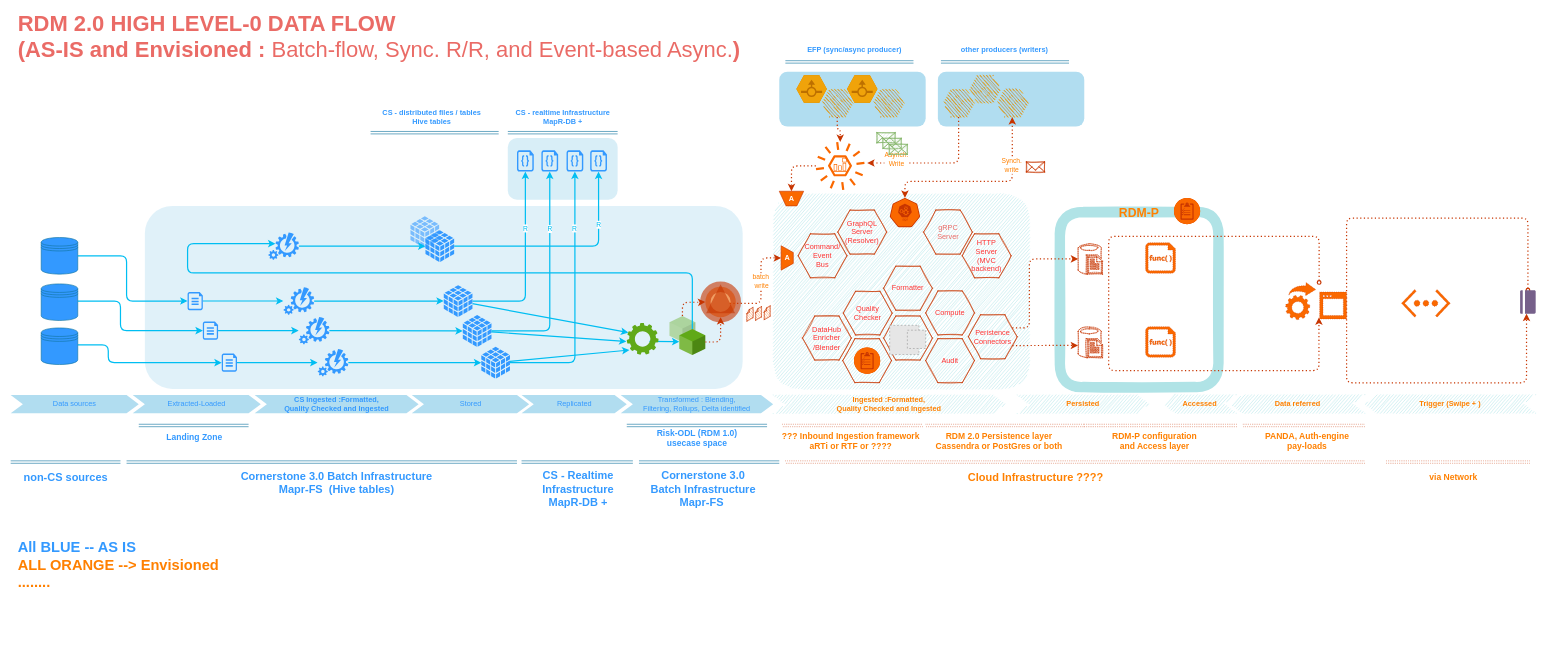
Earlier version of the draw.io diagram Dataflow.drawio (gaurjain/drawio). Source tidied: cells renumbered, new cells numbered last; positions are measured from the earlier drawing's top-left corner, leaving out a move shared by most shapes. Both pictures are drawn from the tidied source at 61%, with x=0, y=0 at pixel (10, 23). Pictures stored in the file or linked from it are replaced by grey dashed boxes.
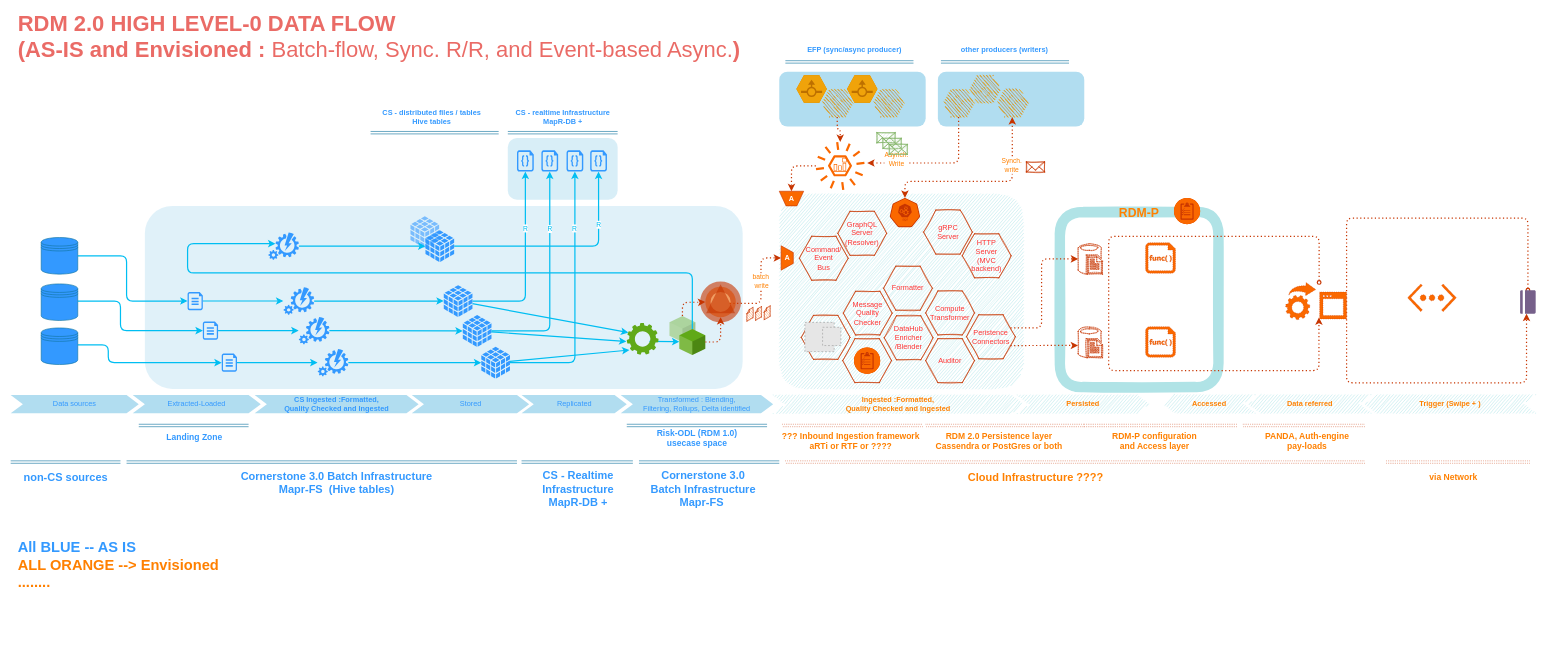
The same diagram, later.

The change refers to these unchanged cells:
```xml
<mxCell id="114" style="verticalLabelPosition=bottom;html=1;verticalAlign=top;align=center;shape=mxgraph.azure.sql_reporting;dashed=1;dashPattern=1 2;labelBackgroundColor=none;sketch=1;fontColor=#ffffff;strokeColor=#C73500;fillColor=none;" parent="1" vertex="1">
  <mxGeometry x="1750" y="361.9" width="40" height="50" as="geometry" />
</mxCell>
<mxCell id="152" style="group;" parent="1" vertex="1">
  <mxGeometry x="1387.2" y="438.2" width="48" height="48" as="geometry" />
</mxCell>
```

The edit, as a diff of the source:
```diff
@@
     <mxCell id="3" style="rounded=1;whiteSpace=wrap;html=1;sketch=1;fillColor=#b0e3e6;strokeColor=none;" parent="1" vertex="1">
-      <mxGeometry x="1250" y="280" width="420" height="320" as="geometry" />
+      <mxGeometry x="1260" y="280" width="400" height="320" as="geometry" />
     </mxCell>
@@
-    <mxCell id="7" value="&lt;font color=&quot;#ea6b66&quot;&gt;gRPC &lt;br&gt;Server&lt;/font&gt;" style="shape=hexagon;perimeter=hexagonPerimeter2;whiteSpace=wrap;html=1;fixedSize=1;strokeColor=#C73500;sketch=1;fillColor=none;fontColor=#FF3333;" parent="1" vertex="1">
+    <mxCell id="7" value="&lt;font&gt;gRPC &lt;br&gt;Server&lt;/font&gt;" style="shape=hexagon;perimeter=hexagonPerimeter2;whiteSpace=wrap;html=1;fixedSize=1;strokeColor=#C73500;sketch=1;fillColor=none;fontColor=#FF3333;" parent="1" vertex="1">
       <mxGeometry x="1496.5" y="306.9" width="80" height="72.1" as="geometry" />
     </mxCell>
@@
     <mxCell id="10" style="shape=hexagon;perimeter=hexagonPerimeter2;whiteSpace=wrap;html=1;fixedSize=1;strokeColor=#C73500;sketch=1;fontColor=#ffffff;fillColor=none;" parent="1" vertex="1">
-      <mxGeometry x="1431" y="480.6" width="80" height="72.1" as="geometry" />
+      <mxGeometry x="1296" y="479.5" width="80" height="72.1" as="geometry" />
     </mxCell>
@@
     <mxCell id="60" value="Ingested :Formatted, &lt;br&gt;Quality Checked and Ingested" style="shape=step;perimeter=stepPerimeter;whiteSpace=wrap;html=1;fixedSize=1;fillColor=#b0e3e6;fontStyle=1;dashed=1;dashPattern=1 2;sketch=1;strokeColor=none;fontColor=#FF8000;" parent="1" vertex="1">
-      <mxGeometry x="1250" y="610" width="380" height="30" as="geometry" />
+      <mxGeometry x="1250" y="610" width="410" height="30" as="geometry" />
     </mxCell>
@@
     <mxCell id="87" value="Accessed" style="shape=step;perimeter=stepPerimeter;whiteSpace=wrap;html=1;fixedSize=1;fillColor=#b0e3e6;fontStyle=1;dashed=1;dashPattern=1 2;sketch=1;strokeColor=none;fontColor=#FF8000;direction=west;" parent="1" vertex="1">
-      <mxGeometry x="1890" y="610" width="119" height="30" as="geometry" />
+      <mxGeometry x="1890" y="610" width="150" height="30" as="geometry" />
     </mxCell>
     <mxCell id="88" value="Data referred" style="shape=step;perimeter=stepPerimeter;whiteSpace=wrap;html=1;fixedSize=1;fillColor=#b0e3e6;fontStyle=1;dashed=1;dashPattern=1 2;sketch=1;strokeColor=none;fontColor=#FF8000;direction=west;" parent="1" vertex="1">
-      <mxGeometry x="2000" y="610" width="220" height="30" as="geometry" />
+      <mxGeometry x="2030" y="610" width="200" height="30" as="geometry" />
     </mxCell>
@@
     <mxCell id="99" style="verticalLabelPosition=bottom;html=1;verticalAlign=top;align=center;fillColor=#fa6800;shape=mxgraph.azure.virtual_network;dashed=1;dashPattern=1 2;labelBackgroundColor=none;sketch=0;fontSize=18;fontColor=#ffffff;strokeColor=#C73500;" parent="1" vertex="1">
-      <mxGeometry x="2280" y="437" width="80" height="45.5" as="geometry" />
+      <mxGeometry x="2290" y="427.9" width="80" height="45.5" as="geometry" />
     </mxCell>
@@
     <mxCell id="115" value="Peristence&lt;br&gt;Connectors" style="shape=hexagon;perimeter=hexagonPerimeter2;whiteSpace=wrap;html=1;fixedSize=1;strokeColor=#C73500;sketch=1;fillColor=none;fontColor=#FF3333;" parent="1" vertex="1">
-      <mxGeometry x="1570" y="478.5" width="80" height="72.1" as="geometry" />
+      <mxGeometry x="1567" y="478.5" width="80" height="72.1" as="geometry" />
     </mxCell>
     <mxCell id="116" style="edgeStyle=orthogonalEdgeStyle;rounded=1;sketch=0;jettySize=auto;html=1;shadow=0;strokeWidth=2;entryX=0;entryY=0.5;entryDx=0;entryDy=0;entryPerimeter=0;labelBackgroundColor=none;fontColor=#EA6B66;fillColor=#fa6800;dashed=1;dashPattern=1 2;strokeColor=#C73500;exitX=1;exitY=0.25;exitDx=0;exitDy=0;" parent="1" edge="1" source="115" target="114">
       <mxGeometry relative="1" as="geometry">
         <Array as="points">
-          <mxPoint x="1670" y="500" />
-          <mxPoint x="1670" y="387" />
+          <mxPoint x="1690" y="500" />
+          <mxPoint x="1690" y="387" />
         </Array>
       </mxGeometry>
     </mxCell>
@@
-    <mxCell id="128" value="Audit" style="shape=hexagon;perimeter=hexagonPerimeter2;whiteSpace=wrap;html=1;fixedSize=1;strokeColor=#C73500;sketch=1;fillColor=none;fontColor=#FF3333;" parent="1" vertex="1">
+    <mxCell id="128" value="Auditor" style="shape=hexagon;perimeter=hexagonPerimeter2;whiteSpace=wrap;html=1;fixedSize=1;strokeColor=#C73500;sketch=1;fillColor=none;fontColor=#FF3333;" parent="1" vertex="1">
       <mxGeometry x="1500" y="517.7" width="80" height="72.1" as="geometry" />
     </mxCell>
@@
     <mxCell id="148" value="GraphQL&lt;br&gt;Server&lt;br&gt;(Resolver)" style="shape=hexagon;perimeter=hexagonPerimeter2;whiteSpace=wrap;html=1;fixedSize=1;strokeColor=#C73500;sketch=1;fillColor=none;fontColor=#FF3333;" parent="1" vertex="1">
-      <mxGeometry x="1356" y="306.9" width="80" height="72.1" as="geometry" />
+      <mxGeometry x="1356" y="308.9" width="80" height="72.1" as="geometry" />
     </mxCell>
     <mxCell id="149" value="Command/&lt;br&gt;Event&lt;br&gt;Bus" style="shape=hexagon;perimeter=hexagonPerimeter2;whiteSpace=wrap;html=1;fixedSize=1;strokeColor=#C73500;sketch=1;fillColor=none;fontColor=#FF3333;" parent="1" vertex="1">
-      <mxGeometry x="1291" y="345.8" width="80" height="72.1" as="geometry" />
+      <mxGeometry x="1293" y="349.8" width="80" height="72.1" as="geometry" />
     </mxCell>
@@
-    <mxCell id="151" value="Compute" style="shape=hexagon;perimeter=hexagonPerimeter2;whiteSpace=wrap;html=1;fixedSize=1;strokeColor=#C73500;sketch=1;fillColor=none;fontColor=#FF3333;" parent="1" vertex="1">
+    <mxCell id="151" value="Compute&lt;br&gt;Transformer" style="shape=hexagon;perimeter=hexagonPerimeter2;whiteSpace=wrap;html=1;fixedSize=1;strokeColor=#C73500;sketch=1;fillColor=none;fontColor=#FF3333;" parent="1" vertex="1">
       <mxGeometry x="1500" y="439.5" width="80" height="72.1" as="geometry" />
     </mxCell>
@@
     <mxCell id="153" style="group;" parent="152" vertex="1">
-      <mxGeometry x="53.8" y="57.6" width="48" height="48" as="geometry" />
+      <mxGeometry x="-85.2" y="52.8" width="48" height="48" as="geometry" />
     </mxCell>
@@
     <mxCell id="156" value="DataHub&lt;br&gt;Enricher&lt;br&gt;/Blender" style="shape=hexagon;perimeter=hexagonPerimeter2;whiteSpace=wrap;html=1;fixedSize=1;strokeColor=#C73500;sketch=1;fillColor=none;fontColor=#FF3333;" parent="1" vertex="1">
-      <mxGeometry x="1298" y="480.6" width="80" height="72.1" as="geometry" />
+      <mxGeometry x="1432" y="480.2" width="80" height="72.1" as="geometry" />
     </mxCell>
-    <mxCell id="157" value="Quality&lt;br&gt;Checker" style="shape=hexagon;perimeter=hexagonPerimeter2;whiteSpace=wrap;html=1;fixedSize=1;strokeColor=#C73500;sketch=1;fillColor=none;fontColor=#FF3333;" parent="1" vertex="1">
+    <mxCell id="157" value="Message&lt;br&gt;Quality&lt;br&gt;Checker" style="shape=hexagon;perimeter=hexagonPerimeter2;whiteSpace=wrap;html=1;fixedSize=1;strokeColor=#C73500;sketch=1;fillColor=none;fontColor=#FF3333;" parent="1" vertex="1">
       <mxGeometry x="1365" y="440" width="80" height="71.6" as="geometry" />
     </mxCell>
```
